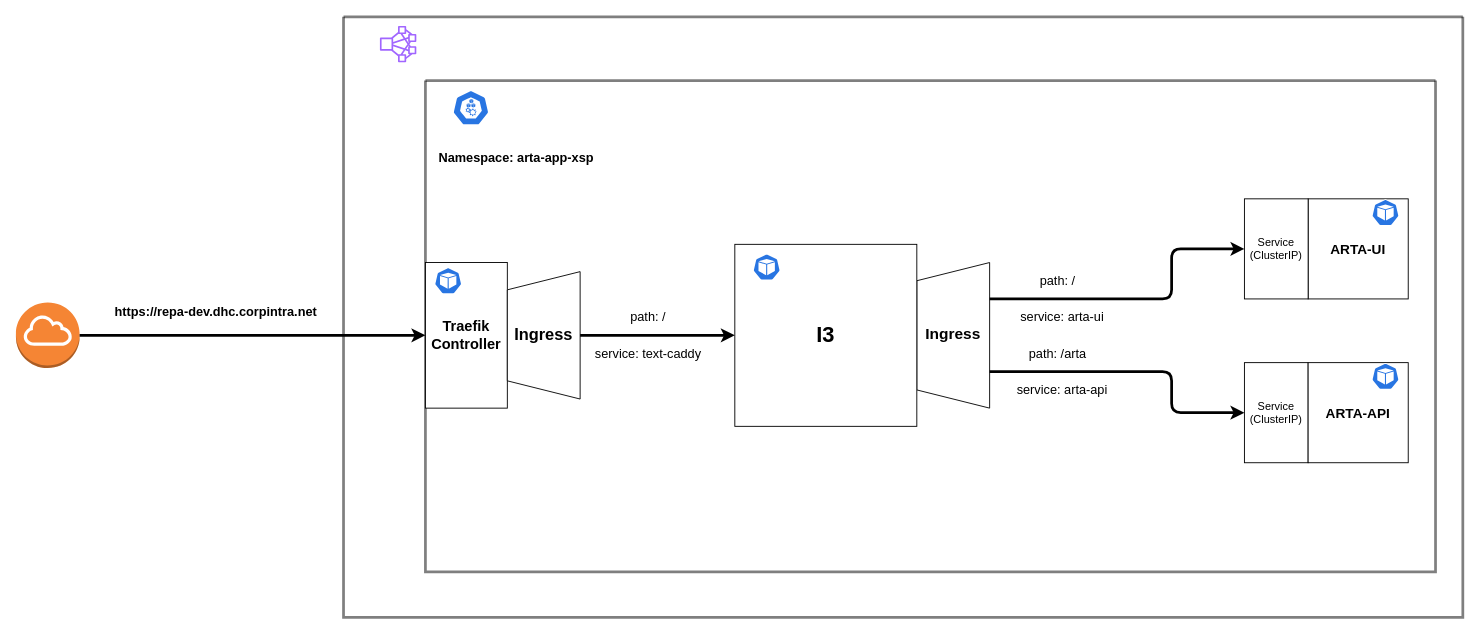
This is arta-caas2.drawio from Ashwin-Raj18/git-flow, a draw.io file, before an edit. Source tidied: cells renumbered, new cells numbered last; positions are measured from the earlier drawing's top-left corner, leaving out a move shared by most shapes. Both pictures are drawn from the tidied source at 91%, with x=0, y=0 at pixel (15, 16).
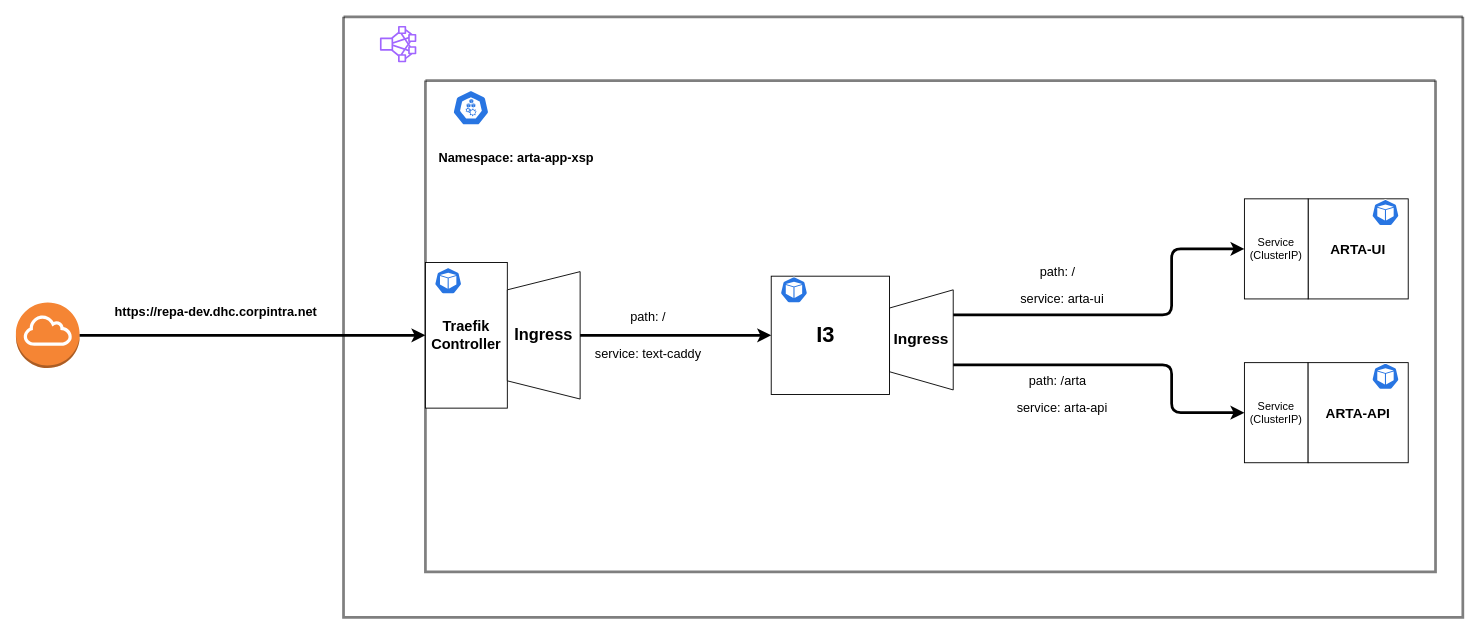
After the change.

The change refers to these unchanged cells:
```xml
<mxCell id="4" style="swimlane;startSize=0;strokeWidth=3;opacity=50;" parent="2" vertex="1">
  <mxGeometry x="90" y="70" width="1110" height="540" as="geometry" />
</mxCell>
```

The edit, as a diff of the source:
```diff
@@
     <mxCell id="5" value="&lt;b style=&quot;font-size: 17px&quot;&gt;&lt;span&gt;Ingress&lt;/span&gt;&lt;/b&gt;" style="shape=trapezoid;perimeter=trapezoidPerimeter;whiteSpace=wrap;html=1;fixedSize=1;direction=north;" parent="4" vertex="1">
-      <mxGeometry x="540" y="200" width="80" height="160" as="geometry" />
+      <mxGeometry x="510" y="230" width="70" height="110" as="geometry" />
     </mxCell>
@@
     <mxCell id="15" style="whiteSpace=wrap;html=1;" parent="4" vertex="1">
-      <mxGeometry x="340" y="180" width="200" height="200" as="geometry" />
+      <mxGeometry x="380" y="215" width="130" height="130" as="geometry" />
     </mxCell>
@@
     <mxCell id="19" value="&lt;font style=&quot;font-size: 14px&quot;&gt;service: arta-ui&lt;/font&gt;" style="text;html=1;strokeColor=none;fillColor=none;align=center;verticalAlign=middle;whiteSpace=wrap;rounded=0;" parent="4" vertex="1">
-      <mxGeometry x="640" y="250" width="120" height="20" as="geometry" />
+      <mxGeometry x="640" y="230" width="120" height="20" as="geometry" />
     </mxCell>
@@
     <mxCell id="22" value="&lt;font style=&quot;font-size: 14px&quot;&gt;service: arta-api&lt;/font&gt;" style="text;html=1;strokeColor=none;fillColor=none;align=center;verticalAlign=middle;whiteSpace=wrap;rounded=0;" parent="4" vertex="1">
-      <mxGeometry x="640" y="330" width="120" height="20" as="geometry" />
+      <mxGeometry x="640" y="350" width="120" height="20" as="geometry" />
     </mxCell>
@@
     <mxCell id="25" style="html=1;dashed=0;whitespace=wrap;fillColor=#2875E2;strokeColor=#ffffff;shape=mxgraph.kubernetes.icon;prIcon=pod;" parent="4" vertex="1">
-      <mxGeometry x="360" y="190" width="30" height="30" as="geometry" />
+      <mxGeometry x="390" y="215" width="30" height="30" as="geometry" />
     </mxCell>
+    <mxCell id="28" value="&lt;font style=&quot;font-size: 14px&quot;&gt;path: /arta&lt;/font&gt;" style="text;html=1;strokeColor=none;fillColor=none;align=center;verticalAlign=middle;whiteSpace=wrap;rounded=0;" parent="4" vertex="1">
+      <mxGeometry x="660" y="320" width="70" height="20" as="geometry" />
+    </mxCell>
@@
     <mxCell id="27" value="&lt;font style=&quot;font-size: 14px&quot;&gt;path: /&lt;/font&gt;" style="text;html=1;strokeColor=none;fillColor=none;align=center;verticalAlign=middle;whiteSpace=wrap;rounded=0;" parent="1" vertex="1">
-      <mxGeometry x="1110" y="280" width="70" height="20" as="geometry" />
+      <mxGeometry x="1110" y="270" width="70" height="20" as="geometry" />
     </mxCell>
-    <mxCell id="28" value="&lt;font style=&quot;font-size: 14px&quot;&gt;path: /arta&lt;/font&gt;" style="text;html=1;strokeColor=none;fillColor=none;align=center;verticalAlign=middle;whiteSpace=wrap;rounded=0;" parent="1" vertex="1">
-      <mxGeometry x="1110" y="360" width="70" height="20" as="geometry" />
-    </mxCell>
```
